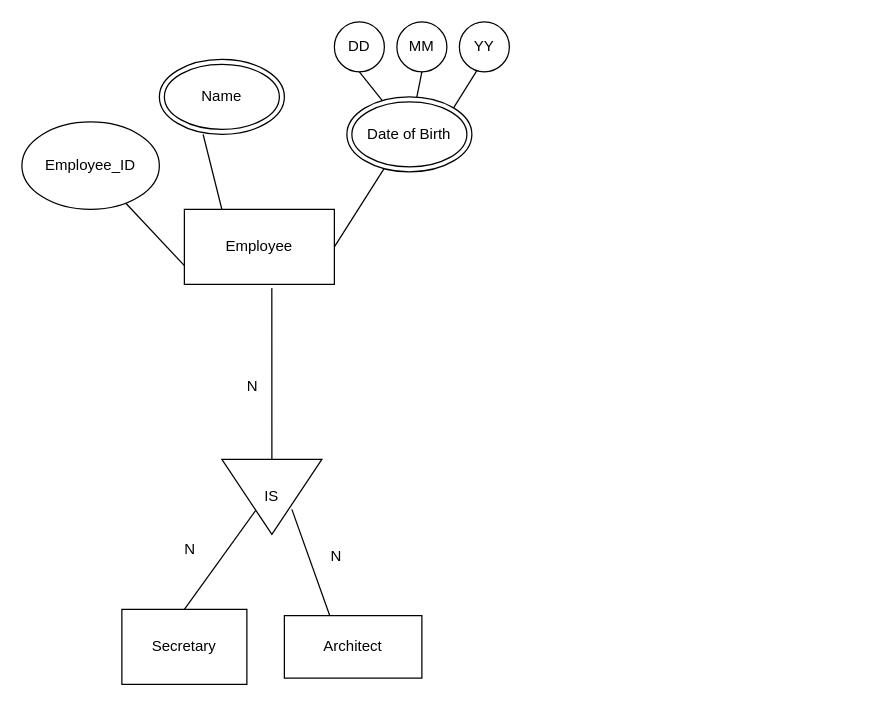
Before: 5001.drawio in Arxonus/Programms, a draw.io diagram. Source tidied: cells renumbered, new cells numbered last; positions are measured from the earlier drawing's top-left corner, leaving out a move shared by most shapes. Both pictures are drawn from the tidied source at 125%, with x=0, y=0 at pixel (21, 21).
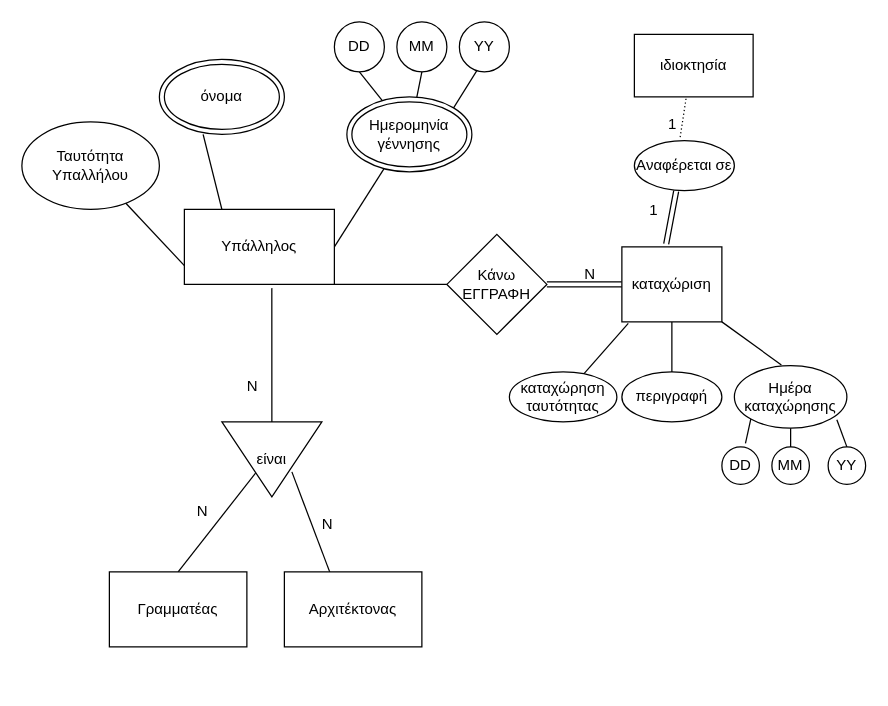
Above is the later version.

The change refers to these unchanged cells:
```xml
<mxCell id="18" style="endArrow=none;html=1;rounded=0;exitX=0.667;exitY=0.3;exitDx=0;exitDy=0;exitPerimeter=0;entryX=0.333;entryY=0.017;entryDx=0;entryDy=0;entryPerimeter=0;" parent="1" edge="1" source="17" target="23">
  <mxGeometry relative="1" as="geometry" />
</mxCell>
<mxCell id="20" style="endArrow=none;html=1;rounded=0;exitX=0.683;exitY=0.663;exitDx=0;exitDy=0;exitPerimeter=0;entryX=0.5;entryY=0;entryDx=0;entryDy=0;" parent="1" edge="1" source="17" target="22">
  <mxGeometry relative="1" as="geometry" />
</mxCell>
```

Diff of the diagram source:
```diff
@@
-    <mxCell id="2" value="Employee" style="rounded=0;whiteSpace=wrap;html=1;" parent="1" vertex="1">
+    <mxCell id="2" value="Υπάλληλος" style="rounded=0;whiteSpace=wrap;html=1;" parent="1" vertex="1">
       <mxGeometry x="130" y="150" width="120" height="60" as="geometry" />
     </mxCell>
-    <mxCell id="3" value="Employee_ID" style="ellipse;whiteSpace=wrap;html=1;" parent="1" vertex="1">
+    <mxCell id="3" value="Ταυτότητα Υπαλλήλου" style="ellipse;whiteSpace=wrap;html=1;" parent="1" vertex="1">
       <mxGeometry y="80" width="110" height="70" as="geometry" />
     </mxCell>
@@
-    <mxCell id="5" value="Name" style="ellipse;shape=doubleEllipse;whiteSpace=wrap;html=1;" parent="1" vertex="1">
+    <mxCell id="5" value="όνομα" style="ellipse;shape=doubleEllipse;whiteSpace=wrap;html=1;" parent="1" vertex="1">
       <mxGeometry x="110" y="30" width="100" height="60" as="geometry" />
     </mxCell>
@@
-    <mxCell id="7" value="Date of Birth" style="ellipse;shape=doubleEllipse;whiteSpace=wrap;html=1;" parent="1" vertex="1">
+    <mxCell id="7" value="Ημερομηνία γέννησης" style="ellipse;shape=doubleEllipse;whiteSpace=wrap;html=1;" parent="1" vertex="1">
       <mxGeometry x="260" y="60" width="100" height="60" as="geometry" />
     </mxCell>
@@
-    <mxCell id="17" value="IS" style="triangle;whiteSpace=wrap;html=1;direction=south;" parent="1" vertex="1">
-      <mxGeometry x="160" y="350" width="80" height="60" as="geometry" />
+    <mxCell id="17" value="είναι" style="triangle;whiteSpace=wrap;html=1;direction=south;" parent="1" vertex="1">
+      <mxGeometry x="160" y="320" width="80" height="60" as="geometry" />
     </mxCell>
@@
     <mxCell id="19" value="N" style="html=1;whiteSpace=wrap;align=right;verticalAlign=bottom;" parent="18" vertex="1">
       <mxGeometry x="1" relative="1" as="geometry">
-        <mxPoint x="10" y="-40" as="offset" />
+        <mxPoint x="3" y="-31" as="offset" />
       </mxGeometry>
     </mxCell>
@@
     <mxCell id="21" value="N" style="html=1;whiteSpace=wrap;align=right;verticalAlign=bottom;" parent="20" vertex="1">
       <mxGeometry x="1" relative="1" as="geometry">
-        <mxPoint x="10" y="-40" as="offset" />
+        <mxPoint x="25" y="-40" as="offset" />
       </mxGeometry>
     </mxCell>
-    <mxCell id="22" value="Secretary" style="rounded=0;whiteSpace=wrap;html=1;" parent="1" vertex="1">
-      <mxGeometry x="80" y="470" width="100" height="60" as="geometry" />
+    <mxCell id="22" value="Γραμματέας" style="rounded=0;whiteSpace=wrap;html=1;" parent="1" vertex="1">
+      <mxGeometry x="70" y="440" width="110" height="60" as="geometry" />
     </mxCell>
-    <mxCell id="23" value="Architect" style="rounded=0;whiteSpace=wrap;html=1;" parent="1" vertex="1">
-      <mxGeometry x="210" y="475" width="110" height="50" as="geometry" />
+    <mxCell id="23" value="Αρχιτέκτονας" style="rounded=0;whiteSpace=wrap;html=1;" parent="1" vertex="1">
+      <mxGeometry x="210" y="440" width="110" height="60" as="geometry" />
     </mxCell>
+    <mxCell id="24" style="endArrow=none;html=1;rounded=0;exitX=1;exitY=1;exitDx=0;exitDy=0;entryX=0;entryY=0.5;entryDx=0;entryDy=0;" parent="1" edge="1" source="2" target="25">
+      <mxGeometry relative="1" as="geometry" />
+    </mxCell>
+    <mxCell id="25" value="Κάνω ΕΓΓΡΑΦΗ" style="rhombus;whiteSpace=wrap;html=1;" parent="1" vertex="1">
+      <mxGeometry x="340" y="170" width="80" height="80" as="geometry" />
+    </mxCell>
+    <mxCell id="26" style="shape=link;html=1;rounded=0;entryX=0;entryY=0.5;entryDx=0;entryDy=0;exitX=1;exitY=0.5;exitDx=0;exitDy=0;" parent="1" edge="1" source="25" target="28">
+      <mxGeometry relative="1" as="geometry" />
+    </mxCell>
+    <mxCell id="27" value="N" style="html=1;whiteSpace=wrap;align=right;verticalAlign=bottom;" parent="26" vertex="1">
+      <mxGeometry x="1" relative="1" as="geometry">
+        <mxPoint x="-20" as="offset" />
+      </mxGeometry>
+    </mxCell>
+    <mxCell id="28" value="καταχώριση" style="rounded=0;whiteSpace=wrap;html=1;" parent="1" vertex="1">
+      <mxGeometry x="480" y="180" width="80" height="60" as="geometry" />
+    </mxCell>
+    <mxCell id="29" style="endArrow=none;html=1;rounded=0;exitX=0.064;exitY=1.019;exitDx=0;exitDy=0;exitPerimeter=0;" parent="1" edge="1" source="28" target="30">
+      <mxGeometry relative="1" as="geometry" />
+    </mxCell>
+    <mxCell id="30" value="καταχώρηση&lt;br&gt;ταυτότητας" style="ellipse;whiteSpace=wrap;html=1;" parent="1" vertex="1">
+      <mxGeometry x="390" y="280" width="86" height="40" as="geometry" />
+    </mxCell>
+    <mxCell id="31" style="endArrow=none;html=1;rounded=0;entryX=0.5;entryY=0;entryDx=0;entryDy=0;" parent="1" edge="1" source="28" target="32">
+      <mxGeometry relative="1" as="geometry" />
+    </mxCell>
+    <mxCell id="32" value="περιγραφή" style="ellipse;whiteSpace=wrap;html=1;" parent="1" vertex="1">
+      <mxGeometry x="480" y="280" width="80" height="40" as="geometry" />
+    </mxCell>
+    <mxCell id="33" style="endArrow=none;html=1;rounded=0;exitX=1;exitY=1;exitDx=0;exitDy=0;entryX=0.418;entryY=-0.011;entryDx=0;entryDy=0;entryPerimeter=0;" parent="1" edge="1" source="28" target="34">
+      <mxGeometry relative="1" as="geometry" />
+    </mxCell>
+    <mxCell id="34" value="Ημέρα&lt;br&gt;καταχώρησης" style="ellipse;whiteSpace=wrap;html=1;" parent="1" vertex="1">
+      <mxGeometry x="570" y="275" width="90" height="50" as="geometry" />
+    </mxCell>
+    <mxCell id="35" value="DD" style="ellipse;whiteSpace=wrap;html=1;" parent="1" vertex="1">
+      <mxGeometry x="560" y="340" width="30" height="30" as="geometry" />
+    </mxCell>
+    <mxCell id="36" value="MM" style="ellipse;whiteSpace=wrap;html=1;" parent="1" vertex="1">
+      <mxGeometry x="600" y="340" width="30" height="30" as="geometry" />
+    </mxCell>
+    <mxCell id="37" value="YY" style="ellipse;whiteSpace=wrap;html=1;" parent="1" vertex="1">
+      <mxGeometry x="645" y="340" width="30" height="30" as="geometry" />
+    </mxCell>
+    <mxCell id="38" style="endArrow=none;html=1;rounded=0;exitX=0;exitY=1;exitDx=0;exitDy=0;entryX=0.629;entryY=-0.095;entryDx=0;entryDy=0;entryPerimeter=0;" parent="1" edge="1" source="34" target="35">
+      <mxGeometry relative="1" as="geometry" />
+    </mxCell>
+    <mxCell id="39" style="endArrow=none;html=1;rounded=0;exitX=0.5;exitY=1;exitDx=0;exitDy=0;entryX=0.5;entryY=0;entryDx=0;entryDy=0;" parent="1" edge="1" source="34" target="36">
+      <mxGeometry relative="1" as="geometry" />
+    </mxCell>
+    <mxCell id="40" style="endArrow=none;html=1;rounded=0;exitX=0.911;exitY=0.866;exitDx=0;exitDy=0;exitPerimeter=0;entryX=0.5;entryY=0;entryDx=0;entryDy=0;" parent="1" edge="1" source="34" target="37">
+      <mxGeometry relative="1" as="geometry" />
+    </mxCell>
+    <mxCell id="41" style="endArrow=none;html=1;rounded=0;dashed=1;dashPattern=1 2;exitX=0.458;exitY=-0.071;exitDx=0;exitDy=0;entryX=0.435;entryY=1.029;entryDx=0;entryDy=0;entryPerimeter=0;exitPerimeter=0;" parent="1" edge="1" source="43" target="44">
+      <mxGeometry relative="1" as="geometry" />
+    </mxCell>
+    <mxCell id="42" value="1" style="html=1;whiteSpace=wrap;align=right;verticalAlign=bottom;" parent="41" vertex="1">
+      <mxGeometry x="1" relative="1" as="geometry">
+        <mxPoint x="-6" y="28" as="offset" />
+      </mxGeometry>
+    </mxCell>
+    <mxCell id="43" value="Aναφέρεται σε" style="ellipse;whiteSpace=wrap;html=1;" parent="1" vertex="1">
+      <mxGeometry x="490" y="95" width="80" height="40" as="geometry" />
+    </mxCell>
+    <mxCell id="44" value="ιδιοκτησία" style="rounded=0;whiteSpace=wrap;html=1;" parent="1" vertex="1">
+      <mxGeometry x="490" y="10" width="95" height="50" as="geometry" />
+    </mxCell>
+    <mxCell id="45" style="shape=link;html=1;rounded=0;exitX=0.443;exitY=-0.038;exitDx=0;exitDy=0;exitPerimeter=0;entryX=0.418;entryY=1.011;entryDx=0;entryDy=0;entryPerimeter=0;" parent="1" edge="1" source="28" target="43">
+      <mxGeometry relative="1" as="geometry" />
+    </mxCell>
+    <mxCell id="46" value="1" style="html=1;whiteSpace=wrap;align=right;verticalAlign=bottom;" parent="45" vertex="1">
+      <mxGeometry x="1" relative="1" as="geometry">
+        <mxPoint x="-13" y="24" as="offset" />
+      </mxGeometry>
+    </mxCell>
```
